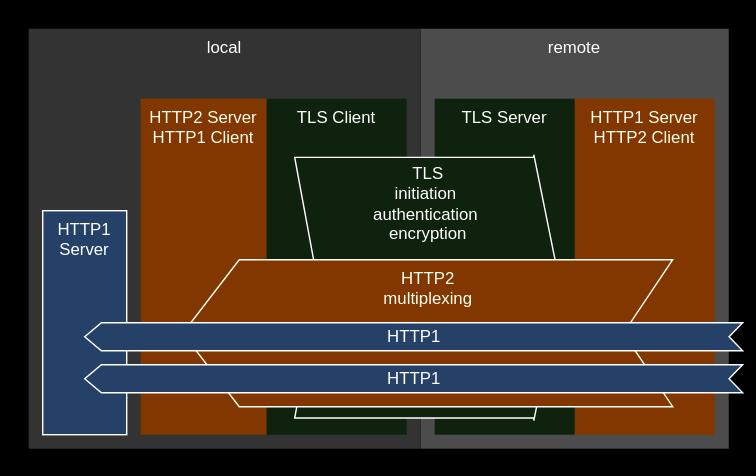
The draw.io diagram diagram.drawio.svg in boronine/h2tunnel, before a commit. Source tidied: cells renumbered, new cells last; positions are measured from the earlier drawing's top-left corner, leaving out a move shared by most shapes.
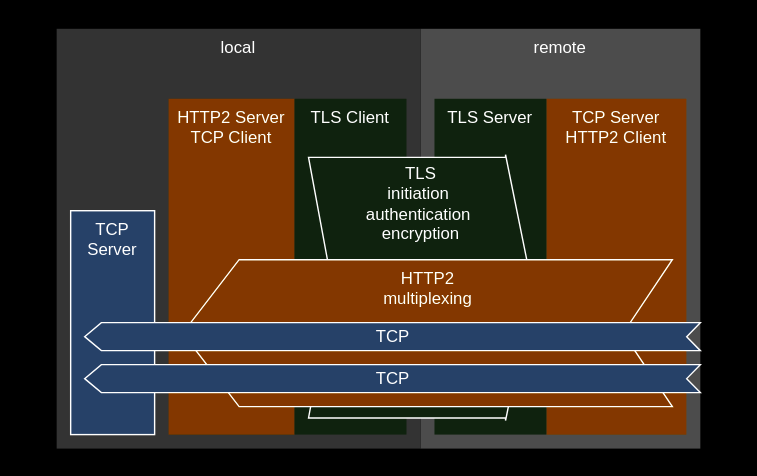
After the commit.

Commit message:
Implement TCP over HTTP2, fixes #2, fixes #3

What changed in the source:
```diff
@@ -6,40 +6,40 @@
       <mxGeometry width="540" height="340" as="geometry" />
     </mxCell>
     <mxCell id="3" value="&lt;span style=&quot;text-wrap: nowrap;&quot;&gt;remote&lt;/span&gt;" style="html=1;whiteSpace=wrap;verticalAlign=top;fillColor=#B3B3B3;strokeColor=none;" parent="1" vertex="1">
-      <mxGeometry x="300" y="20" width="220" height="300" as="geometry" />
+      <mxGeometry x="300" y="20" width="200" height="300" as="geometry" />
     </mxCell>
-    <mxCell id="4" value="&lt;span style=&quot;text-wrap: nowrap;&quot;&gt;HTTP1 Server&lt;/span&gt;&lt;div&gt;&lt;span style=&quot;text-wrap: nowrap;&quot;&gt;HTTP2 Client&lt;/span&gt;&lt;/div&gt;" style="html=1;whiteSpace=wrap;verticalAlign=top;fillColor=#FFB366;strokeColor=none;" parent="1" vertex="1">
-      <mxGeometry x="410" y="70" width="100" height="240" as="geometry" />
+    <mxCell id="4" value="&lt;span style=&quot;text-wrap: nowrap;&quot;&gt;TCP Server&lt;/span&gt;&lt;div&gt;&lt;span style=&quot;text-wrap: nowrap;&quot;&gt;HTTP2 Client&lt;/span&gt;&lt;/div&gt;" style="html=1;whiteSpace=wrap;verticalAlign=top;fillColor=#FFB366;strokeColor=none;" parent="1" vertex="1">
+      <mxGeometry x="390" y="70" width="100" height="240" as="geometry" />
     </mxCell>
     <mxCell id="5" value="&lt;span style=&quot;text-wrap: nowrap;&quot;&gt;local&lt;/span&gt;" style="html=1;whiteSpace=wrap;verticalAlign=top;fillColor=#CCCCCC;strokeColor=none;" parent="1" vertex="1">
-      <mxGeometry x="20" y="20" width="280" height="300" as="geometry" />
+      <mxGeometry x="40" y="20" width="260" height="300" as="geometry" />
     </mxCell>
-    <mxCell id="6" value="&lt;span style=&quot;text-wrap: nowrap;&quot;&gt;HTTP1&lt;/span&gt;&lt;div&gt;&lt;span style=&quot;text-wrap: nowrap;&quot;&gt;Server&lt;/span&gt;&lt;/div&gt;" style="html=1;whiteSpace=wrap;verticalAlign=top;fillColor=#A9C4EB;strokeColor=default;" parent="1" vertex="1">
-      <mxGeometry x="30" y="150" width="60" height="160" as="geometry" />
+    <mxCell id="6" value="&lt;span style=&quot;text-wrap: nowrap;&quot;&gt;TCP&lt;/span&gt;&lt;div&gt;&lt;span style=&quot;text-wrap: nowrap;&quot;&gt;Server&lt;/span&gt;&lt;/div&gt;" style="html=1;whiteSpace=wrap;verticalAlign=top;fillColor=#A9C4EB;strokeColor=default;" parent="1" vertex="1">
+      <mxGeometry x="50" y="150" width="60" height="160" as="geometry" />
     </mxCell>
-    <mxCell id="7" value="&lt;span style=&quot;text-wrap: nowrap;&quot;&gt;HTTP2 Server&lt;/span&gt;&lt;div&gt;&lt;span style=&quot;text-wrap: nowrap; background-color: initial;&quot;&gt;HTTP1 Client&lt;/span&gt;&lt;br&gt;&lt;/div&gt;" style="html=1;whiteSpace=wrap;verticalAlign=top;fillColor=#FFB366;strokeColor=none;" parent="1" vertex="1">
-      <mxGeometry x="100" y="70" width="90" height="240" as="geometry" />
+    <mxCell id="7" value="&lt;span style=&quot;text-wrap: nowrap;&quot;&gt;HTTP2 Server&lt;/span&gt;&lt;div&gt;&lt;span style=&quot;text-wrap: nowrap; background-color: initial;&quot;&gt;TCP Client&lt;/span&gt;&lt;br&gt;&lt;/div&gt;" style="html=1;whiteSpace=wrap;verticalAlign=top;fillColor=#FFB366;strokeColor=none;" parent="1" vertex="1">
+      <mxGeometry x="120" y="70" width="90" height="240" as="geometry" />
     </mxCell>
     <mxCell id="8" value="&lt;div&gt;&lt;span style=&quot;text-wrap: nowrap;&quot;&gt;TLS&lt;/span&gt;&lt;span style=&quot;text-wrap: nowrap; background-color: initial;&quot;&gt;&amp;nbsp;Client&lt;/span&gt;&lt;/div&gt;" style="html=1;whiteSpace=wrap;verticalAlign=top;fillColor=#D5E8D4;strokeColor=none;" parent="1" vertex="1">
-      <mxGeometry x="190" y="70" width="100" height="240" as="geometry" />
+      <mxGeometry x="210" y="70" width="80" height="240" as="geometry" />
     </mxCell>
     <mxCell id="9" style="ellipse;whiteSpace=wrap;html=1;align=center;fillColor=none;strokeColor=none;perimeter=centerPerimeter;" parent="1" vertex="1">
       <mxGeometry x="300" y="120" width="10" height="10" as="geometry" />
     </mxCell>
     <mxCell id="10" value="&lt;div&gt;&lt;span style=&quot;text-wrap: nowrap;&quot;&gt;TLS Server&lt;/span&gt;&lt;/div&gt;" style="html=1;whiteSpace=wrap;verticalAlign=top;strokeColor=none;fillColor=#D5E8D4;" parent="1" vertex="1">
-      <mxGeometry x="310" y="70" width="100" height="240" as="geometry" />
+      <mxGeometry x="310" y="70" width="80" height="240" as="geometry" />
     </mxCell>
     <mxCell id="11" value="TLS&lt;div&gt;initiation&amp;nbsp;&lt;div&gt;authentication&amp;nbsp;&lt;/div&gt;&lt;div&gt;encryption&lt;/div&gt;&lt;/div&gt;" style="html=1;shadow=0;dashed=0;align=center;verticalAlign=top;shape=mxgraph.arrows2.arrow;dy=0.02;dx=19.2;notch=17.2;rotation=0;fillColor=#D5E8D4;strokeColor=default;horizontal=1;" parent="1" vertex="1">
-      <mxGeometry x="210" y="110" width="190" height="190" as="geometry" />
+      <mxGeometry x="220" y="110" width="160" height="190" as="geometry" />
     </mxCell>
     <mxCell id="12" value="HTTP2&lt;div&gt;multiplexing&lt;div&gt;&lt;br&gt;&lt;/div&gt;&lt;/div&gt;" style="html=1;shadow=0;dashed=0;align=center;verticalAlign=top;shape=mxgraph.arrows2.arrow;dy=0;dx=40.4;notch=35.2;flipH=1;fillColor=#FFB366;strokeColor=default;" parent="1" vertex="1">
       <mxGeometry x="130" y="185" width="350" height="105" as="geometry" />
     </mxCell>
-    <mxCell id="13" value="HTTP1" style="html=1;shadow=0;dashed=0;align=center;verticalAlign=middle;shape=mxgraph.arrows2.arrow;dy=0;dx=11.92;notch=9.75;flipH=1;fillColor=#A9C4EB;strokeColor=default;" parent="1" vertex="1">
-      <mxGeometry x="60" y="230" width="470" height="20" as="geometry" />
+    <mxCell id="13" value="TCP" style="html=1;shadow=0;dashed=0;align=center;verticalAlign=middle;shape=mxgraph.arrows2.arrow;dy=0;dx=11.92;notch=9.75;flipH=1;fillColor=#A9C4EB;strokeColor=default;" parent="1" vertex="1">
+      <mxGeometry x="60" y="230" width="440" height="20" as="geometry" />
     </mxCell>
-    <mxCell id="14" value="HTTP1" style="html=1;shadow=0;dashed=0;align=center;verticalAlign=middle;shape=mxgraph.arrows2.arrow;dy=0;dx=11.92;notch=9.75;flipH=1;fillColor=#A9C4EB;strokeColor=default;" parent="1" vertex="1">
-      <mxGeometry x="60" y="260" width="470" height="20" as="geometry" />
+    <mxCell id="14" value="TCP" style="html=1;shadow=0;dashed=0;align=center;verticalAlign=middle;shape=mxgraph.arrows2.arrow;dy=0;dx=11.92;notch=9.75;flipH=1;fillColor=#A9C4EB;strokeColor=default;" parent="1" vertex="1">
+      <mxGeometry x="60" y="260" width="440" height="20" as="geometry" />
     </mxCell>
   </root>
 </mxGraphModel>
```
